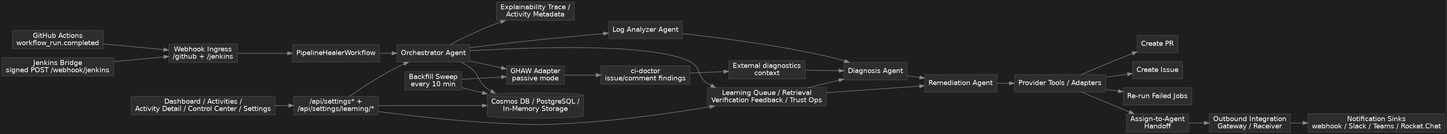
Earlier version of the Graphviz export docs/screens/pipeline-healer-architecture.png (Canepro/pipelinehealer). Its source is kept beside it as docs/screens/pipeline-healer-architecture.dot.
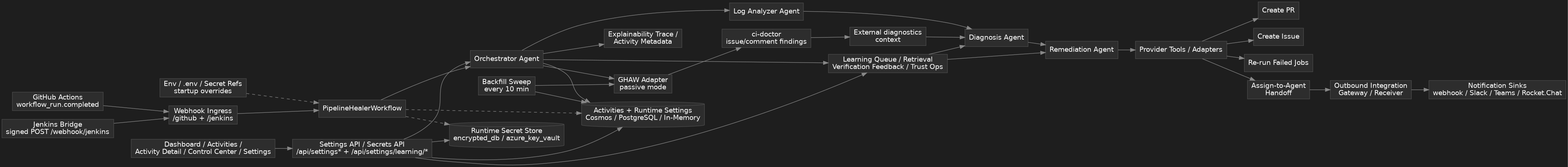
The same diagram one commit later.

Commit message:
docs: align architecture diagrams with runtime config model

What changed in the source:
```diff
@@ -22,11 +22,13 @@
   CD [label="ci-doctor\nissue/comment findings" shape="box"];
   EXT [label="External diagnostics\ncontext" shape="box"];
   BF [label="Backfill Sweep\nevery 10 min" shape="box"];
-  ST [label="Cosmos DB / PostgreSQL /\nIn-Memory Storage" shape="cylinder"];
+  ST [label="Activities + Runtime Settings\nCosmos / PostgreSQL / In-Memory" shape="cylinder"];
+  RS [label="Runtime Secret Store\nencrypted_db / azure_key_vault" shape="cylinder"];
+  ENV [label="Env / .env / Secret Refs\nstartup overrides" shape="box"];
   EX [label="Explainability Trace /\nActivity Metadata" shape="box"];
   LRN [label="Learning Queue / Retrieval\nVerification Feedback / Trust Ops" shape="box"];
   UI [label="Dashboard / Activities /\nActivity Detail / Control Center / Settings" shape="box"];
-  API [label="/api/settings* +\n/api/settings/learning/*" shape="box"];
+  API [label="Settings API / Secrets API\n/api/settings* + /api/settings/learning/*" shape="box"];
   GH -> WH;
   JN -> WH;
   WH -> WF;
@@ -47,13 +49,17 @@
   GW -> NT;
   OR -> ST;
   OR -> EX;
+  WF -> ST [style="dashed"];
+  WF -> RS [style="dashed"];
   OR -> LRN;
   LRN -> DG;
   LRN -> RM;
   BF -> ADP;
   BF -> ST;
+  ENV -> WF [style="dashed"];
   UI -> API;
   API -> OR;
   API -> LRN;
   API -> ST;
+  API -> RS;
 }
```
